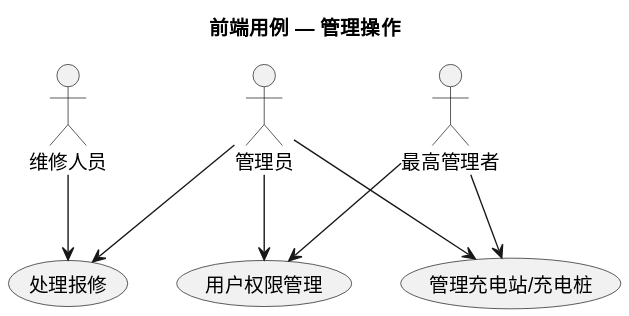
greenhandzdl/charging-station-doc keeps this PlantUML diagram as usecase/docs/frontend/img/frontend_admin_usecases.svg. Above is the earlier version.
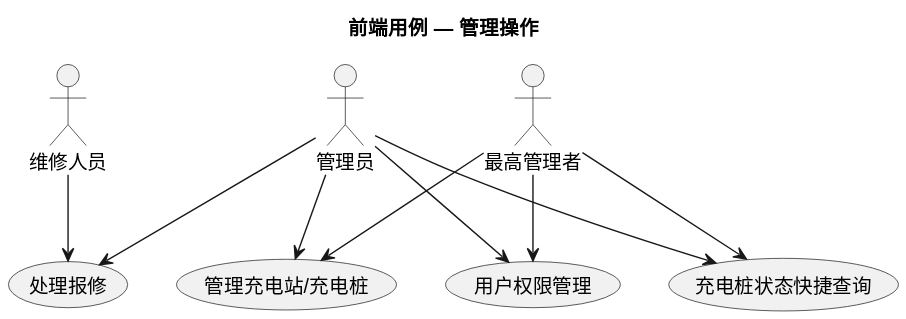
The same file after the commit.

What changed in the source:
```diff
@@ -9,11 +9,14 @@
 usecase "处理报修" as HR
 usecase "管理充电站/充电桩" as MM
 usecase "用户权限管理" as PM
+usecase "充电桩状态快捷查询" as QC
 
 A --> HR
 A --> MM
 A --> PM
+A --> QC
 M --> HR
 SA --> MM
 SA --> PM
+SA --> QC
 @enduml
```
